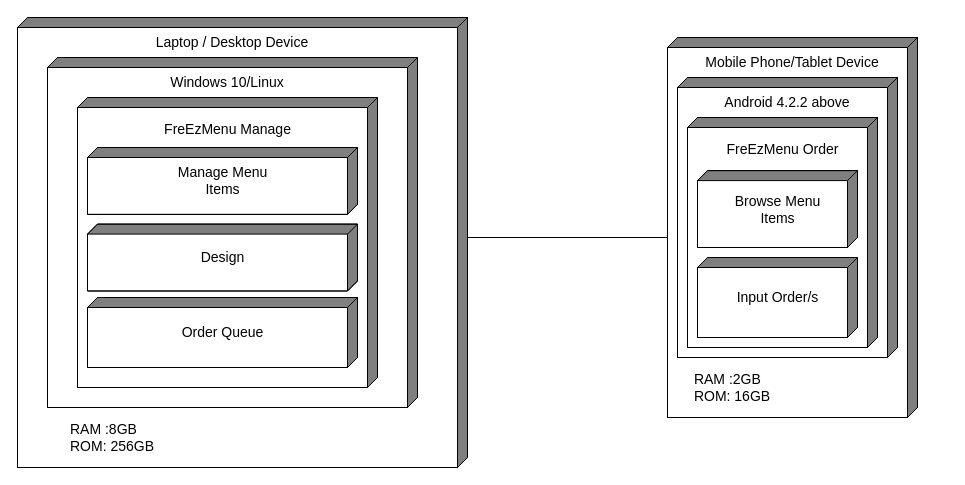
The draw.io diagram DOCS/Diagrams/drawio/Deployment Diagram.drawio in alexxGmZ/MenuMaApp, before the edit. Source tidied: cells renumbered, new cells numbered last; positions are measured from the earlier drawing's top-left corner, leaving out a move shared by most shapes. Both pictures are drawn from the tidied source at 100%, with x=0, y=0 at pixel (17, 17).
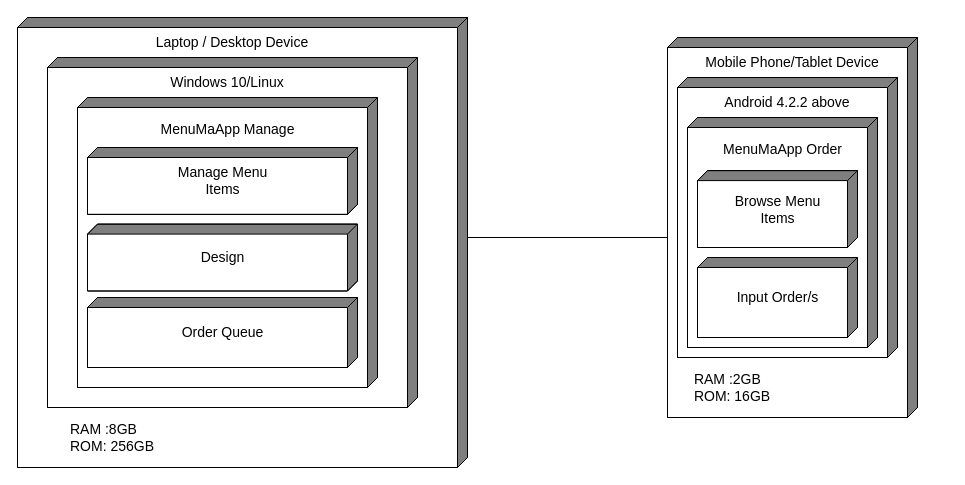
Above is the later version.

Commit message (it also covers changes not shown here):
rename FreEzMenu into MenuMaApp names

The edit, as a diff of the source:
```diff
@@
-    <mxCell id="9" value="&lt;br&gt;FreEzMenu Order" style="html=1;dashed=0;whitespace=wrap;shape=mxgraph.dfd.externalEntity;fontSize=14;flipH=1;verticalAlign=top;" parent="1" vertex="1">
+    <mxCell id="9" value="&lt;br&gt;MenuMaApp Order" style="html=1;dashed=0;whitespace=wrap;shape=mxgraph.dfd.externalEntity;fontSize=14;flipH=1;verticalAlign=top;" parent="1" vertex="1">
       <mxGeometry x="670" y="100" width="190" height="230" as="geometry" />
     </mxCell>
@@
-    <mxCell id="12" value="&lt;br&gt;FreEzMenu Manage" style="html=1;dashed=0;whitespace=wrap;shape=mxgraph.dfd.externalEntity;fontSize=14;flipH=1;align=center;verticalAlign=top;" parent="1" vertex="1">
+    <mxCell id="12" value="&lt;br&gt;MenuMaApp Manage" style="html=1;dashed=0;whitespace=wrap;shape=mxgraph.dfd.externalEntity;fontSize=14;flipH=1;align=center;verticalAlign=top;" parent="1" vertex="1">
       <mxGeometry x="60" y="80" width="300" height="290" as="geometry" />
     </mxCell>
```
